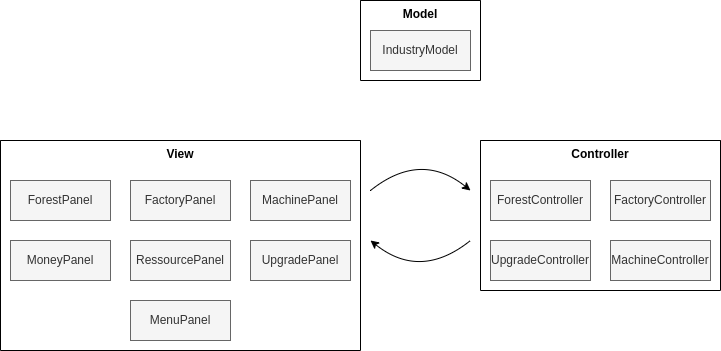
This is UML_diagrams/mvc.png from QuinD3cim/AP4B_Lumber, a draw.io export, as it was before one commit. Source tidied: cells renumbered, new cells last; positions are measured from the earlier drawing's top-left corner, leaving out a move shared by most shapes.
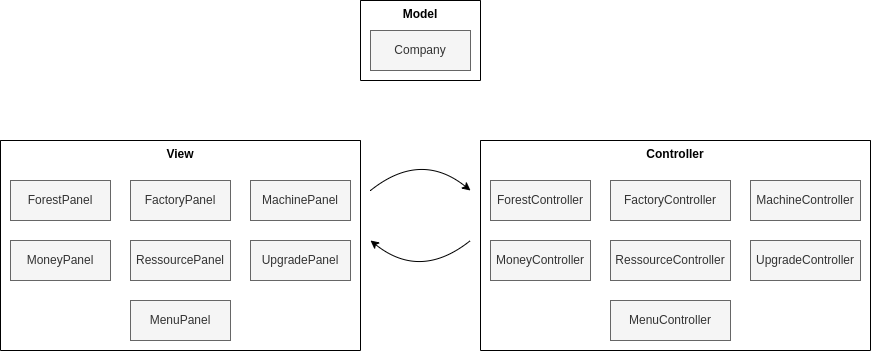
Above is the later version.

Commit message:
:memo: Update mvc graph

Change to the diagram source:
```diff
@@ -27,20 +27,29 @@
       <mxGeometry x="130" y="160" width="100" height="40" as="geometry" />
     </mxCell>
     <mxCell id="10" value="Controller" style="swimlane;startSize=0;verticalAlign=top;" parent="1" vertex="1">
-      <mxGeometry x="480" y="140" width="240" height="150" as="geometry" />
+      <mxGeometry x="480" y="140" width="390" height="210" as="geometry" />
     </mxCell>
     <mxCell id="11" value="ForestController" style="rounded=0;whiteSpace=wrap;html=1;fillColor=#f5f5f5;fontColor=#333333;strokeColor=#666666;" parent="10" vertex="1">
       <mxGeometry x="10" y="40" width="100" height="40" as="geometry" />
     </mxCell>
     <mxCell id="12" value="FactoryController" style="rounded=0;whiteSpace=wrap;html=1;fillColor=#f5f5f5;fontColor=#333333;strokeColor=#666666;" parent="10" vertex="1">
-      <mxGeometry x="130" y="40" width="100" height="40" as="geometry" />
+      <mxGeometry x="130" y="40" width="120" height="40" as="geometry" />
     </mxCell>
-    <mxCell id="13" value="MachineController" style="rounded=0;whiteSpace=wrap;html=1;fillColor=#f5f5f5;fontColor=#333333;strokeColor=#666666;" parent="10" vertex="1">
-      <mxGeometry x="130" y="100" width="100" height="40" as="geometry" />
+    <mxCell id="13" value="RessourceController" style="rounded=0;whiteSpace=wrap;html=1;fillColor=#f5f5f5;fontColor=#333333;strokeColor=#666666;" parent="10" vertex="1">
+      <mxGeometry x="130" y="100" width="120" height="40" as="geometry" />
     </mxCell>
-    <mxCell id="14" value="UpgradeController" style="rounded=0;whiteSpace=wrap;html=1;fillColor=#f5f5f5;fontColor=#333333;strokeColor=#666666;" parent="10" vertex="1">
+    <mxCell id="14" value="MoneyController" style="rounded=0;whiteSpace=wrap;html=1;fillColor=#f5f5f5;fontColor=#333333;strokeColor=#666666;" parent="10" vertex="1">
       <mxGeometry x="10" y="100" width="100" height="40" as="geometry" />
     </mxCell>
+    <mxCell id="19" value="MachineController" style="rounded=0;whiteSpace=wrap;html=1;fillColor=#f5f5f5;fontColor=#333333;strokeColor=#666666;" parent="10" vertex="1">
+      <mxGeometry x="270" y="40" width="110" height="40" as="geometry" />
+    </mxCell>
+    <mxCell id="20" value="UpgradeController" style="rounded=0;whiteSpace=wrap;html=1;fillColor=#f5f5f5;fontColor=#333333;strokeColor=#666666;" parent="10" vertex="1">
+      <mxGeometry x="270" y="100" width="110" height="40" as="geometry" />
+    </mxCell>
+    <mxCell id="21" value="MenuController" style="rounded=0;whiteSpace=wrap;html=1;fillColor=#f5f5f5;fontColor=#333333;strokeColor=#666666;" parent="10" vertex="1">
+      <mxGeometry x="130" y="160" width="120" height="40" as="geometry" />
+    </mxCell>
     <mxCell id="15" style="curved=1;endArrow=classic;html=1;" parent="1" edge="1">
       <mxGeometry relative="1" as="geometry">
         <mxPoint x="370" y="190" as="sourcePoint" />
@@ -62,7 +71,7 @@
     <mxCell id="17" value="Model" style="swimlane;startSize=0;verticalAlign=top;" parent="1" vertex="1">
       <mxGeometry x="360" width="120" height="80" as="geometry" />
     </mxCell>
-    <mxCell id="18" value="IndustryModel" style="rounded=0;whiteSpace=wrap;html=1;fillColor=#f5f5f5;fontColor=#333333;strokeColor=#666666;" parent="17" vertex="1">
+    <mxCell id="18" value="Company" style="rounded=0;whiteSpace=wrap;html=1;fillColor=#f5f5f5;fontColor=#333333;strokeColor=#666666;" parent="17" vertex="1">
       <mxGeometry x="10" y="30" width="100" height="40" as="geometry" />
     </mxCell>
   </root>
```
